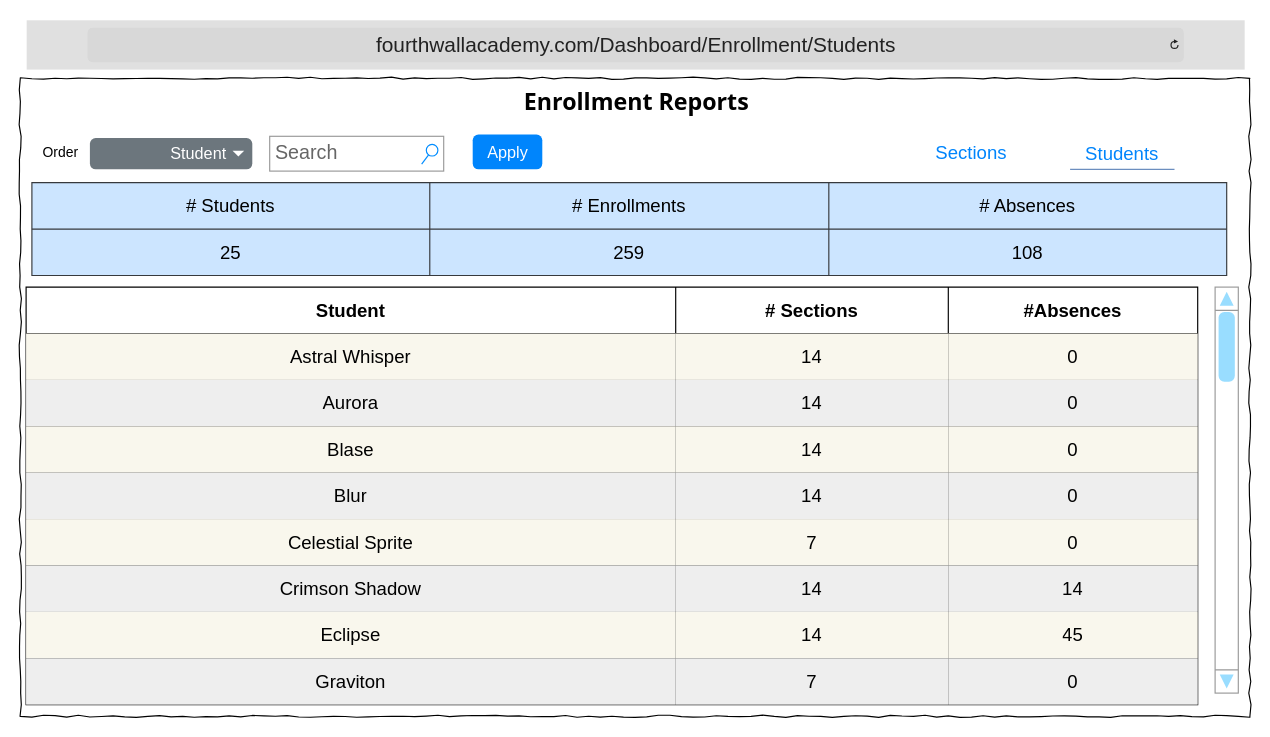
Above: DesignDocument/Wireframes/4thWallAcademy_Dashboard_Enrollment_Students.drawio in TRed91/4thWallAcademy (draw.io), before the change. Source tidied: cells renumbered, new cells numbered last; positions are measured from the earlier drawing's top-left corner, leaving out a move shared by most shapes. Both pictures are drawn from the tidied source at 116%, with x=0, y=0 at pixel (20, 20).
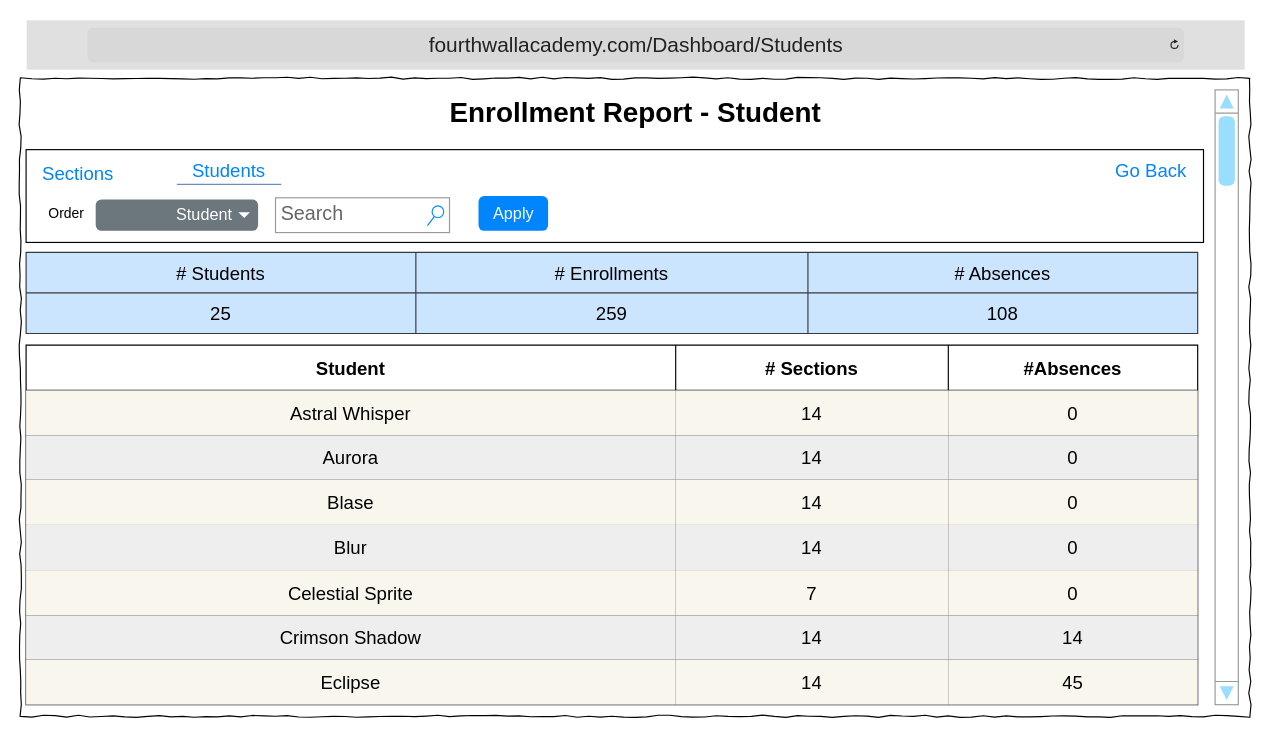
Above is the later version.

The edit, as a diff of the source:
```diff
@@
+    <mxCell id="60" style="rounded=0;whiteSpace=wrap;html=1;fillColor=none;" parent="1" vertex="1">
+      <mxGeometry x="5" y="111.5" width="1015" height="80" as="geometry" />
+    </mxCell>
@@
-    <mxCell id="3" value="&lt;font face=&quot;Tahoma&quot; style=&quot;font-size: 20px;&quot;&gt;Enrollment Reports&lt;/font&gt;" style="text;strokeColor=none;fillColor=none;html=1;fontSize=24;fontStyle=1;verticalAlign=middle;align=center;" parent="1" vertex="1">
-      <mxGeometry x="420.5" y="50" width="220" height="40" as="geometry" />
-    </mxCell>
-    <mxCell id="4" value="&lt;font style=&quot;font-size: 18px;&quot;&gt;fourthwallacademy.com/Dashboard/Enrollment/Students&lt;/font&gt;" style="html=1;strokeWidth=1;shadow=0;dashed=0;shape=mxgraph.ios7ui.url;fillColor=#e0e0e0;strokeColor=#c0c0c0;buttonText=;strokeColor2=#222222;fontColor=#222222;fontSize=8;spacingTop=2;align=center;whiteSpace=wrap;" parent="1" vertex="1">
+    <mxCell id="4" value="&lt;font style=&quot;font-size: 18px;&quot;&gt;fourthwallacademy.com/Dashboard/Students&lt;/font&gt;" style="html=1;strokeWidth=1;shadow=0;dashed=0;shape=mxgraph.ios7ui.url;fillColor=#e0e0e0;strokeColor=#c0c0c0;buttonText=;strokeColor2=#222222;fontColor=#222222;fontSize=8;spacingTop=2;align=center;whiteSpace=wrap;" parent="1" vertex="1">
       <mxGeometry x="5.5" width="1050" height="42.5" as="geometry" />
     </mxCell>
     <mxCell id="5" value="Apply" style="html=1;shadow=0;dashed=0;shape=mxgraph.bootstrap.rrect;rSize=5;fillColor=#0085FC;strokeColor=none;align=center;spacing=15;fontSize=14;fontColor=#ffffff;sketch=0;" parent="1" vertex="1">
-      <mxGeometry x="390" y="98.5" width="60" height="30" as="geometry" />
+      <mxGeometry x="395" y="151.5" width="60" height="30" as="geometry" />
     </mxCell>
     <mxCell id="6" value="Order" style="text;html=1;align=center;verticalAlign=middle;whiteSpace=wrap;rounded=0;" parent="1" vertex="1">
-      <mxGeometry x="5" y="98.5" width="60" height="30" as="geometry" />
+      <mxGeometry x="10" y="151.5" width="60" height="30" as="geometry" />
     </mxCell>
     <mxCell id="7" value="Student" style="html=1;shadow=0;dashed=0;shape=mxgraph.bootstrap.rrect;rSize=5;strokeColor=none;strokeWidth=1;fillColor=#6C767D;fontColor=#ffffff;whiteSpace=wrap;align=right;verticalAlign=middle;fontStyle=0;fontSize=14;spacingRight=20;" parent="1" vertex="1">
-      <mxGeometry x="60" y="101.5" width="140" height="27" as="geometry" />
+      <mxGeometry x="65" y="154.5" width="140" height="27" as="geometry" />
     </mxCell>
@@
     <mxCell id="9" style="shape=table;startSize=0;childLayout=tableLayout;fontSize=16;" parent="1" vertex="1">
-      <mxGeometry x="5" y="230" width="1010" height="360" as="geometry" />
+      <mxGeometry x="5" y="280" width="1010" height="310" as="geometry" />
     </mxCell>
     <mxCell id="10" style="shape=tableRow;horizontal=0;startSize=0;swimlaneHead=0;swimlaneBody=0;strokeColor=inherit;top=0;left=0;bottom=0;right=0;fillColor=none;fontSize=16;" parent="9" vertex="1">
-      <mxGeometry width="1010" height="40" as="geometry" />
+      <mxGeometry width="1010" height="39" as="geometry" />
     </mxCell>
     <mxCell id="11" value="&lt;b&gt;Student&lt;/b&gt;" style="shape=partialRectangle;html=1;whiteSpace=wrap;strokeColor=inherit;overflow=hidden;fillColor=none;top=0;left=0;bottom=0;right=0;fontSize=16;" parent="10" vertex="1">
-      <mxGeometry width="560" height="40" as="geometry" />
+      <mxGeometry width="560" height="39" as="geometry" />
     </mxCell>
     <mxCell id="12" value="&lt;b&gt;# Sections&lt;/b&gt;" style="shape=partialRectangle;html=1;whiteSpace=wrap;strokeColor=inherit;overflow=hidden;fillColor=none;top=0;left=0;bottom=0;right=0;fontSize=16;" parent="10" vertex="1">
-      <mxGeometry x="560" width="235" height="40" as="geometry" />
+      <mxGeometry x="560" width="235" height="39" as="geometry" />
     </mxCell>
     <mxCell id="13" value="&lt;b&gt;#Absences&lt;/b&gt;" style="shape=partialRectangle;html=1;whiteSpace=wrap;strokeColor=inherit;overflow=hidden;fillColor=none;top=0;left=0;bottom=0;right=0;fontSize=16;" parent="10" vertex="1">
-      <mxGeometry x="795" width="215" height="40" as="geometry" />
+      <mxGeometry x="795" width="215" height="39" as="geometry" />
     </mxCell>
     <mxCell id="14" style="shape=tableRow;horizontal=0;startSize=0;swimlaneHead=0;swimlaneBody=0;strokeColor=inherit;top=0;left=0;bottom=0;right=0;fillColor=none;fontSize=16;" parent="9" vertex="1">
-      <mxGeometry y="40" width="1010" height="40" as="geometry" />
+      <mxGeometry y="39" width="1010" height="39" as="geometry" />
     </mxCell>
     <mxCell id="15" value="Astral Whisper" style="shape=partialRectangle;html=1;whiteSpace=wrap;strokeColor=#36393d;overflow=hidden;fillColor=#f9f7ed;top=0;left=0;bottom=0;right=0;fontSize=16;" parent="14" vertex="1">
-      <mxGeometry width="560" height="40" as="geometry" />
+      <mxGeometry width="560" height="39" as="geometry" />
     </mxCell>
     <mxCell id="16" value="14" style="shape=partialRectangle;html=1;whiteSpace=wrap;strokeColor=#36393d;overflow=hidden;fillColor=#f9f7ed;top=0;left=0;bottom=0;right=0;fontSize=16;" parent="14" vertex="1">
-      <mxGeometry x="560" width="235" height="40" as="geometry" />
+      <mxGeometry x="560" width="235" height="39" as="geometry" />
     </mxCell>
     <mxCell id="17" value="0" style="shape=partialRectangle;html=1;whiteSpace=wrap;strokeColor=#36393d;overflow=hidden;fillColor=#f9f7ed;top=0;left=0;bottom=0;right=0;fontSize=16;" parent="14" vertex="1">
-      <mxGeometry x="795" width="215" height="40" as="geometry" />
+      <mxGeometry x="795" width="215" height="39" as="geometry" />
     </mxCell>
     <mxCell id="18" style="shape=tableRow;horizontal=0;startSize=0;swimlaneHead=0;swimlaneBody=0;strokeColor=inherit;top=0;left=0;bottom=0;right=0;fillColor=none;fontSize=16;" parent="9" vertex="1">
-      <mxGeometry y="80" width="1010" height="40" as="geometry" />
+      <mxGeometry y="78" width="1010" height="38" as="geometry" />
     </mxCell>
     <mxCell id="19" value="Aurora" style="shape=partialRectangle;html=1;whiteSpace=wrap;strokeColor=#36393d;overflow=hidden;fillColor=#eeeeee;top=0;left=0;bottom=0;right=0;fontSize=16;" parent="18" vertex="1">
-      <mxGeometry width="560" height="40" as="geometry" />
+      <mxGeometry width="560" height="38" as="geometry" />
     </mxCell>
     <mxCell id="20" value="14" style="shape=partialRectangle;html=1;whiteSpace=wrap;strokeColor=#36393d;overflow=hidden;fillColor=#eeeeee;top=0;left=0;bottom=0;right=0;fontSize=16;" parent="18" vertex="1">
-      <mxGeometry x="560" width="235" height="40" as="geometry" />
+      <mxGeometry x="560" width="235" height="38" as="geometry" />
     </mxCell>
     <mxCell id="21" value="0" style="shape=partialRectangle;html=1;whiteSpace=wrap;strokeColor=#36393d;overflow=hidden;fillColor=#eeeeee;top=0;left=0;bottom=0;right=0;fontSize=16;" parent="18" vertex="1">
-      <mxGeometry x="795" width="215" height="40" as="geometry" />
+      <mxGeometry x="795" width="215" height="38" as="geometry" />
     </mxCell>
     <mxCell id="22" style="shape=tableRow;horizontal=0;startSize=0;swimlaneHead=0;swimlaneBody=0;strokeColor=inherit;top=0;left=0;bottom=0;right=0;fillColor=none;fontSize=16;" parent="9" vertex="1">
-      <mxGeometry y="120" width="1010" height="40" as="geometry" />
+      <mxGeometry y="116" width="1010" height="39" as="geometry" />
     </mxCell>
     <mxCell id="23" value="Blase" style="shape=partialRectangle;html=1;whiteSpace=wrap;strokeColor=#36393d;overflow=hidden;fillColor=#f9f7ed;top=0;left=0;bottom=0;right=0;fontSize=16;" parent="22" vertex="1">
-      <mxGeometry width="560" height="40" as="geometry" />
+      <mxGeometry width="560" height="39" as="geometry" />
     </mxCell>
     <mxCell id="24" value="14" style="shape=partialRectangle;html=1;whiteSpace=wrap;strokeColor=#36393d;overflow=hidden;fillColor=#f9f7ed;top=0;left=0;bottom=0;right=0;fontSize=16;" parent="22" vertex="1">
-      <mxGeometry x="560" width="235" height="40" as="geometry" />
+      <mxGeometry x="560" width="235" height="39" as="geometry" />
     </mxCell>
     <mxCell id="25" value="0" style="shape=partialRectangle;html=1;whiteSpace=wrap;strokeColor=#36393d;overflow=hidden;fillColor=#f9f7ed;top=0;left=0;bottom=0;right=0;fontSize=16;" parent="22" vertex="1">
-      <mxGeometry x="795" width="215" height="40" as="geometry" />
+      <mxGeometry x="795" width="215" height="39" as="geometry" />
     </mxCell>
     <mxCell id="26" style="shape=tableRow;horizontal=0;startSize=0;swimlaneHead=0;swimlaneBody=0;strokeColor=inherit;top=0;left=0;bottom=0;right=0;fillColor=none;fontSize=16;" parent="9" vertex="1">
-      <mxGeometry y="160" width="1010" height="40" as="geometry" />
+      <mxGeometry y="155" width="1010" height="39" as="geometry" />
     </mxCell>
     <mxCell id="27" value="Blur" style="shape=partialRectangle;html=1;whiteSpace=wrap;strokeColor=#36393d;overflow=hidden;fillColor=#eeeeee;top=0;left=0;bottom=0;right=0;fontSize=16;" parent="26" vertex="1">
-      <mxGeometry width="560" height="40" as="geometry" />
+      <mxGeometry width="560" height="39" as="geometry" />
     </mxCell>
     <mxCell id="28" value="14" style="shape=partialRectangle;html=1;whiteSpace=wrap;strokeColor=#36393d;overflow=hidden;fillColor=#eeeeee;top=0;left=0;bottom=0;right=0;fontSize=16;" parent="26" vertex="1">
-      <mxGeometry x="560" width="235" height="40" as="geometry" />
+      <mxGeometry x="560" width="235" height="39" as="geometry" />
     </mxCell>
     <mxCell id="29" value="0" style="shape=partialRectangle;html=1;whiteSpace=wrap;strokeColor=#36393d;overflow=hidden;fillColor=#eeeeee;top=0;left=0;bottom=0;right=0;fontSize=16;" parent="26" vertex="1">
-      <mxGeometry x="795" width="215" height="40" as="geometry" />
+      <mxGeometry x="795" width="215" height="39" as="geometry" />
     </mxCell>
     <mxCell id="30" style="shape=tableRow;horizontal=0;startSize=0;swimlaneHead=0;swimlaneBody=0;strokeColor=inherit;top=0;left=0;bottom=0;right=0;fillColor=none;fontSize=16;" parent="9" vertex="1">
-      <mxGeometry y="200" width="1010" height="40" as="geometry" />
+      <mxGeometry y="194" width="1010" height="39" as="geometry" />
     </mxCell>
     <mxCell id="31" value="Celestial Sprite" style="shape=partialRectangle;html=1;whiteSpace=wrap;strokeColor=#36393d;overflow=hidden;fillColor=#f9f7ed;top=0;left=0;bottom=0;right=0;fontSize=16;" parent="30" vertex="1">
-      <mxGeometry width="560" height="40" as="geometry" />
+      <mxGeometry width="560" height="39" as="geometry" />
     </mxCell>
     <mxCell id="32" value="7" style="shape=partialRectangle;html=1;whiteSpace=wrap;strokeColor=#36393d;overflow=hidden;fillColor=#f9f7ed;top=0;left=0;bottom=0;right=0;fontSize=16;" parent="30" vertex="1">
-      <mxGeometry x="560" width="235" height="40" as="geometry" />
+      <mxGeometry x="560" width="235" height="39" as="geometry" />
     </mxCell>
     <mxCell id="33" value="0" style="shape=partialRectangle;html=1;whiteSpace=wrap;strokeColor=#36393d;overflow=hidden;fillColor=#f9f7ed;top=0;left=0;bottom=0;right=0;fontSize=16;" parent="30" vertex="1">
-      <mxGeometry x="795" width="215" height="40" as="geometry" />
+      <mxGeometry x="795" width="215" height="39" as="geometry" />
     </mxCell>
     <mxCell id="34" style="shape=tableRow;horizontal=0;startSize=0;swimlaneHead=0;swimlaneBody=0;strokeColor=inherit;top=0;left=0;bottom=0;right=0;fillColor=none;fontSize=16;" parent="9" vertex="1">
-      <mxGeometry y="240" width="1010" height="40" as="geometry" />
+      <mxGeometry y="233" width="1010" height="38" as="geometry" />
     </mxCell>
     <mxCell id="35" value="Crimson Shadow" style="shape=partialRectangle;html=1;whiteSpace=wrap;strokeColor=#36393d;overflow=hidden;fillColor=#eeeeee;top=0;left=0;bottom=0;right=0;fontSize=16;" parent="34" vertex="1">
-      <mxGeometry width="560" height="40" as="geometry" />
+      <mxGeometry width="560" height="38" as="geometry" />
     </mxCell>
     <mxCell id="36" value="14" style="shape=partialRectangle;html=1;whiteSpace=wrap;strokeColor=#36393d;overflow=hidden;fillColor=#eeeeee;top=0;left=0;bottom=0;right=0;fontSize=16;" parent="34" vertex="1">
-      <mxGeometry x="560" width="235" height="40" as="geometry" />
+      <mxGeometry x="560" width="235" height="38" as="geometry" />
     </mxCell>
     <mxCell id="37" value="14" style="shape=partialRectangle;html=1;whiteSpace=wrap;strokeColor=#36393d;overflow=hidden;fillColor=#eeeeee;top=0;left=0;bottom=0;right=0;fontSize=16;" parent="34" vertex="1">
-      <mxGeometry x="795" width="215" height="40" as="geometry" />
+      <mxGeometry x="795" width="215" height="38" as="geometry" />
     </mxCell>
     <mxCell id="38" style="shape=tableRow;horizontal=0;startSize=0;swimlaneHead=0;swimlaneBody=0;strokeColor=inherit;top=0;left=0;bottom=0;right=0;fillColor=none;fontSize=16;" parent="9" vertex="1">
-      <mxGeometry y="280" width="1010" height="40" as="geometry" />
+      <mxGeometry y="271" width="1010" height="39" as="geometry" />
     </mxCell>
     <mxCell id="39" value="Eclipse" style="shape=partialRectangle;html=1;whiteSpace=wrap;strokeColor=#36393d;overflow=hidden;fillColor=#f9f7ed;top=0;left=0;bottom=0;right=0;fontSize=16;" parent="38" vertex="1">
-      <mxGeometry width="560" height="40" as="geometry" />
+      <mxGeometry width="560" height="39" as="geometry" />
     </mxCell>
     <mxCell id="40" value="14" style="shape=partialRectangle;html=1;whiteSpace=wrap;strokeColor=#36393d;overflow=hidden;fillColor=#f9f7ed;top=0;left=0;bottom=0;right=0;fontSize=16;" parent="38" vertex="1">
-      <mxGeometry x="560" width="235" height="40" as="geometry" />
+      <mxGeometry x="560" width="235" height="39" as="geometry" />
     </mxCell>
     <mxCell id="41" value="45" style="shape=partialRectangle;html=1;whiteSpace=wrap;strokeColor=#36393d;overflow=hidden;fillColor=#f9f7ed;top=0;left=0;bottom=0;right=0;fontSize=16;" parent="38" vertex="1">
-      <mxGeometry x="795" width="215" height="40" as="geometry" />
+      <mxGeometry x="795" width="215" height="39" as="geometry" />
     </mxCell>
-    <mxCell id="42" style="shape=tableRow;horizontal=0;startSize=0;swimlaneHead=0;swimlaneBody=0;strokeColor=inherit;top=0;left=0;bottom=0;right=0;fillColor=none;fontSize=16;" parent="9" vertex="1">
-      <mxGeometry y="320" width="1010" height="40" as="geometry" />
-    </mxCell>
-    <mxCell id="43" value="Graviton" style="shape=partialRectangle;html=1;whiteSpace=wrap;strokeColor=#36393d;overflow=hidden;fillColor=#eeeeee;top=0;left=0;bottom=0;right=0;fontSize=16;" parent="42" vertex="1">
-      <mxGeometry width="560" height="40" as="geometry" />
-    </mxCell>
-    <mxCell id="44" value="7" style="shape=partialRectangle;html=1;whiteSpace=wrap;strokeColor=#36393d;overflow=hidden;fillColor=#eeeeee;top=0;left=0;bottom=0;right=0;fontSize=16;" parent="42" vertex="1">
-      <mxGeometry x="560" width="235" height="40" as="geometry" />
-    </mxCell>
-    <mxCell id="45" value="0" style="shape=partialRectangle;html=1;whiteSpace=wrap;strokeColor=#36393d;overflow=hidden;fillColor=#eeeeee;top=0;left=0;bottom=0;right=0;fontSize=16;" parent="42" vertex="1">
-      <mxGeometry x="795" width="215" height="40" as="geometry" />
-    </mxCell>
     <mxCell id="46" style="verticalLabelPosition=bottom;shadow=0;dashed=0;align=center;html=1;verticalAlign=top;strokeWidth=1;shape=mxgraph.mockup.navigation.scrollBar;strokeColor=#999999;barPos=99.394;fillColor2=#99ddff;strokeColor2=none;direction=north;" parent="1" vertex="1">
-      <mxGeometry x="1030" y="230" width="20" height="350" as="geometry" />
+      <mxGeometry x="1030" y="60" width="20" height="530" as="geometry" />
     </mxCell>
     <mxCell id="47" value="Sections" style="html=1;shadow=0;dashed=0;shape=mxgraph.bootstrap.rrect;rSize=5;strokeColor=none;strokeWidth=1;fillColor=none;fontColor=#0085FC;whiteSpace=wrap;align=center;verticalAlign=middle;spacingLeft=0;fontStyle=0;fontSize=16;spacing=5;" parent="1" vertex="1">
-      <mxGeometry x="780" y="93.5" width="80" height="40" as="geometry" />
+      <mxGeometry x="10" y="111.5" width="80" height="40" as="geometry" />
     </mxCell>
     <mxCell id="48" value="Students" style="html=1;shadow=0;dashed=0;shape=mxgraph.bootstrap.rrect;rSize=5;strokeColor=none;strokeWidth=1;fillColor=none;fontColor=#0085FC;whiteSpace=wrap;align=center;verticalAlign=middle;spacingLeft=0;fontStyle=0;fontSize=16;spacing=5;" parent="1" vertex="1">
-      <mxGeometry x="910" y="95" width="80" height="40" as="geometry" />
+      <mxGeometry x="140" y="110" width="80" height="40" as="geometry" />
     </mxCell>
     <mxCell id="49" style="endArrow=none;html=1;rounded=0;fillColor=#dae8fc;strokeColor=#6c8ebf;gradientColor=#7ea6e0;" parent="1" edge="1">
       <mxGeometry relative="1" as="geometry">
-        <mxPoint x="905" y="128.5" as="sourcePoint" />
-        <mxPoint x="995" y="128.5" as="targetPoint" />
+        <mxPoint x="135" y="141.5" as="sourcePoint" />
+        <mxPoint x="225" y="141.5" as="targetPoint" />
       </mxGeometry>
     </mxCell>
     <mxCell id="50" value="Search" style="strokeWidth=1;shadow=0;dashed=0;align=center;html=1;shape=mxgraph.mockup.forms.searchBox;strokeColor=#999999;mainText=;strokeColor2=#008cff;fontColor=#666666;fontSize=17;align=left;spacingLeft=3;whiteSpace=wrap;" parent="1" vertex="1">
-      <mxGeometry x="215" y="100" width="150" height="30" as="geometry" />
+      <mxGeometry x="220" y="153" width="150" height="30" as="geometry" />
     </mxCell>
     <mxCell id="51" style="shape=table;startSize=0;childLayout=tableLayout;fontSize=16;fillColor=#cce5ff;strokeColor=#36393d;" parent="1" vertex="1">
-      <mxGeometry x="10" y="140" width="1030" height="80" as="geometry" />
+      <mxGeometry x="5" y="200" width="1010" height="70" as="geometry" />
     </mxCell>
     <mxCell id="52" style="shape=tableRow;horizontal=0;startSize=0;swimlaneHead=0;swimlaneBody=0;strokeColor=inherit;top=0;left=0;bottom=0;right=0;fillColor=none;fontSize=16;" parent="51" vertex="1">
-      <mxGeometry width="1030" height="40" as="geometry" />
+      <mxGeometry width="1010" height="35" as="geometry" />
     </mxCell>
     <mxCell id="53" value="# Students" style="shape=partialRectangle;html=1;whiteSpace=wrap;strokeColor=inherit;overflow=hidden;fillColor=none;top=0;left=0;bottom=0;right=0;fontSize=16;" parent="52" vertex="1">
-      <mxGeometry width="343" height="40" as="geometry" />
+      <mxGeometry width="336" height="35" as="geometry" />
     </mxCell>
     <mxCell id="54" value="# Enrollments" style="shape=partialRectangle;html=1;whiteSpace=wrap;strokeColor=inherit;overflow=hidden;fillColor=none;top=0;left=0;bottom=0;right=0;fontSize=16;" parent="52" vertex="1">
-      <mxGeometry x="343" width="344" height="40" as="geometry" />
+      <mxGeometry x="336" width="338" height="35" as="geometry" />
     </mxCell>
     <mxCell id="55" value="# Absences" style="shape=partialRectangle;html=1;whiteSpace=wrap;strokeColor=inherit;overflow=hidden;fillColor=none;top=0;left=0;bottom=0;right=0;fontSize=16;" parent="52" vertex="1">
-      <mxGeometry x="687" width="343" height="40" as="geometry" />
+      <mxGeometry x="674" width="336" height="35" as="geometry" />
     </mxCell>
     <mxCell id="56" style="shape=tableRow;horizontal=0;startSize=0;swimlaneHead=0;swimlaneBody=0;strokeColor=inherit;top=0;left=0;bottom=0;right=0;fillColor=none;fontSize=16;" parent="51" vertex="1">
-      <mxGeometry y="40" width="1030" height="40" as="geometry" />
+      <mxGeometry y="35" width="1010" height="35" as="geometry" />
     </mxCell>
     <mxCell id="57" value="25" style="shape=partialRectangle;html=1;whiteSpace=wrap;strokeColor=inherit;overflow=hidden;fillColor=none;top=0;left=0;bottom=0;right=0;fontSize=16;" parent="56" vertex="1">
-      <mxGeometry width="343" height="40" as="geometry" />
+      <mxGeometry width="336" height="35" as="geometry" />
     </mxCell>
     <mxCell id="58" value="259" style="shape=partialRectangle;html=1;whiteSpace=wrap;strokeColor=inherit;overflow=hidden;fillColor=none;top=0;left=0;bottom=0;right=0;fontSize=16;" parent="56" vertex="1">
-      <mxGeometry x="343" width="344" height="40" as="geometry" />
+      <mxGeometry x="336" width="338" height="35" as="geometry" />
     </mxCell>
     <mxCell id="59" value="108" style="shape=partialRectangle;html=1;whiteSpace=wrap;strokeColor=inherit;overflow=hidden;fillColor=none;top=0;left=0;bottom=0;right=0;fontSize=16;" parent="56" vertex="1">
-      <mxGeometry x="687" width="343" height="40" as="geometry" />
+      <mxGeometry x="674" width="336" height="35" as="geometry" />
     </mxCell>
+    <mxCell id="61" value="Go Back" style="html=1;shadow=0;dashed=0;shape=mxgraph.bootstrap.rrect;rSize=5;strokeColor=none;strokeWidth=1;fillColor=none;fontColor=#0085FC;whiteSpace=wrap;align=center;verticalAlign=middle;spacingLeft=0;fontStyle=0;fontSize=16;spacing=5;" parent="1" vertex="1">
+      <mxGeometry x="935" y="110" width="80" height="40" as="geometry" />
+    </mxCell>
+    <mxCell id="62" value="Enrollment Report - Student" style="text;strokeColor=none;fillColor=none;html=1;fontSize=24;fontStyle=1;verticalAlign=middle;align=center;" parent="1" vertex="1">
+      <mxGeometry x="325" y="60" width="410" height="40" as="geometry" />
+    </mxCell>
```
